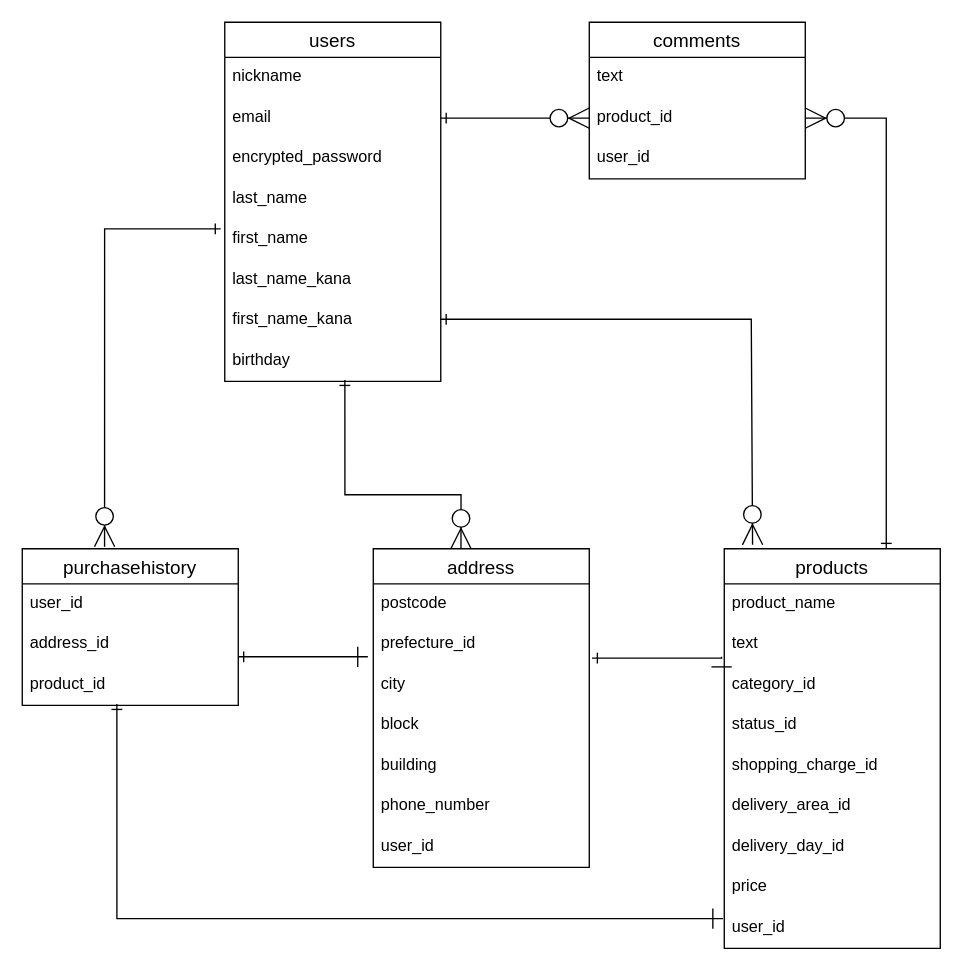
taro0712/furima-34959 keeps this draw.io diagram as furima_ER.dio. Above is the earlier version. Source tidied: cells renumbered, new cells numbered last; positions are measured from the earlier drawing's top-left corner, leaving out a move shared by most shapes. Both pictures are drawn from the tidied source at 135%, with x=0, y=0 at pixel (22, 22).
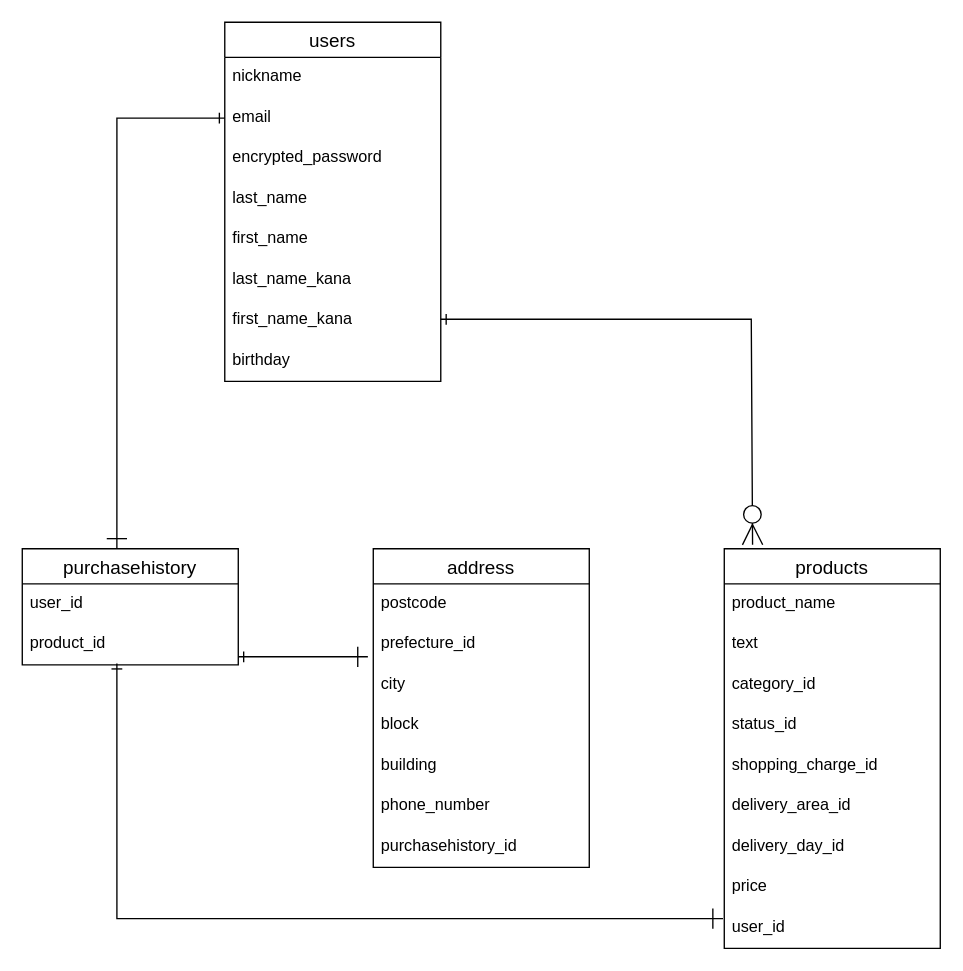
After the change.

Commit message (it also covers changes not shown here):
2回目8件の指摘修正

The change refers to these unchanged cells:
```xml
<mxCell id="6" value="products" style="swimlane;fontStyle=0;horizontal=1;startSize=26;align=center;fontSize=14;" parent="1" vertex="1">
  <mxGeometry x="520" y="390" width="160" height="296" as="geometry" />
</mxCell>
<mxCell id="24" value="email" style="text;strokeColor=none;fillColor=none;spacingLeft=4;spacingRight=4;overflow=hidden;points=[[0,0.5],[1,0.5]];portConstraint=eastwest;fontSize=12;" parent="22" vertex="1">
  <mxGeometry y="56" width="160" height="30" as="geometry" />
</mxCell>
<mxCell id="27" value="first_name" style="text;strokeColor=none;fillColor=none;spacingLeft=4;spacingRight=4;overflow=hidden;points=[[0,0.5],[1,0.5]];portConstraint=eastwest;fontSize=12;" parent="22" vertex="1">
  <mxGeometry y="146" width="160" height="30" as="geometry" />
</mxCell>
<mxCell id="30" value="birthday" style="text;strokeColor=none;fillColor=none;spacingLeft=4;spacingRight=4;overflow=hidden;points=[[0,0.5],[1,0.5]];portConstraint=eastwest;fontSize=12;" parent="22" vertex="1">
  <mxGeometry y="236" width="160" height="30" as="geometry" />
</mxCell>
<mxCell id="31" value="address" style="swimlane;fontStyle=0;horizontal=1;startSize=26;align=center;fontSize=14;" parent="1" vertex="1">
  <mxGeometry x="260" y="390" width="160" height="236" as="geometry" />
</mxCell>
```

Change to the diagram source:
```diff
@@
     <mxCell id="2" value="purchasehistory" style="swimlane;fontStyle=0;horizontal=1;startSize=26;align=center;fontSize=14;" parent="1" vertex="1">
-      <mxGeometry y="390" width="160" height="116" as="geometry" />
+      <mxGeometry y="390" width="160" height="86" as="geometry" />
     </mxCell>
@@
-    <mxCell id="4" value="address_id" style="text;strokeColor=none;fillColor=none;spacingLeft=4;spacingRight=4;overflow=hidden;fontSize=12;" parent="2" vertex="1">
-      <mxGeometry y="56" width="160" height="30" as="geometry" />
-    </mxCell>
     <mxCell id="5" value="product_id" style="text;strokeColor=none;fillColor=none;spacingLeft=4;spacingRight=4;overflow=hidden;points=[[0,0.5],[1,0.5]];portConstraint=eastwest;fontSize=12;" parent="2" vertex="1">
-      <mxGeometry y="86" width="160" height="30" as="geometry" />
+      <mxGeometry y="56" width="160" height="30" as="geometry" />
     </mxCell>
@@
-    <mxCell id="16" value="comments" style="swimlane;fontStyle=0;horizontal=1;startSize=26;align=center;fontSize=14;" parent="1" vertex="1">
-      <mxGeometry x="420" width="160" height="116" as="geometry" />
-    </mxCell>
-    <mxCell id="17" value="text" style="text;strokeColor=none;fillColor=none;spacingLeft=4;spacingRight=4;overflow=hidden;fontSize=12;" parent="16" vertex="1">
-      <mxGeometry y="26" width="160" height="30" as="geometry" />
-    </mxCell>
-    <mxCell id="18" value="product_id" style="text;strokeColor=none;fillColor=none;spacingLeft=4;spacingRight=4;overflow=hidden;points=[[0,0.5],[1,0.5]];portConstraint=eastwest;fontSize=12;" parent="16" vertex="1">
-      <mxGeometry y="56" width="160" height="30" as="geometry" />
-    </mxCell>
-    <mxCell id="19" value="user_id" style="text;strokeColor=none;fillColor=none;spacingLeft=4;spacingRight=4;overflow=hidden;fontSize=12;" parent="16" vertex="1">
-      <mxGeometry y="86" width="160" height="30" as="geometry" />
-    </mxCell>
-    <mxCell id="20" style="edgeStyle=segmentEdgeStyle;endArrow=ERzeroToMany;html=1;startSize=6;endSize=13;exitX=-0.019;exitY=0.233;exitDx=0;exitDy=0;entryX=0.381;entryY=-0.013;entryDx=0;entryDy=0;entryPerimeter=0;rounded=0;endFill=1;startArrow=ERone;startFill=0;exitPerimeter=0;" parent="1" edge="1" source="27" target="2">
-      <mxGeometry relative="1" as="geometry" />
-    </mxCell>
@@
-    <mxCell id="38" value="user_id" style="text;strokeColor=none;fillColor=none;spacingLeft=4;spacingRight=4;overflow=hidden;fontSize=12;" parent="31" vertex="1">
+    <mxCell id="38" value="purchasehistory_id" style="text;strokeColor=none;fillColor=none;spacingLeft=4;spacingRight=4;overflow=hidden;fontSize=12;" parent="31" vertex="1">
       <mxGeometry y="206" width="160" height="30" as="geometry" />
     </mxCell>
-    <mxCell id="39" style="edgeStyle=segmentEdgeStyle;endArrow=ERzeroToMany;html=1;startSize=6;endSize=13;exitX=1;exitY=0.5;exitDx=0;exitDy=0;entryX=0;entryY=0.5;entryDx=0;entryDy=0;rounded=0;endFill=1;startArrow=ERone;startFill=0;" parent="1" edge="1" source="24" target="18">
-      <mxGeometry relative="1" as="geometry" />
-    </mxCell>
-    <mxCell id="40" style="edgeStyle=segmentEdgeStyle;endArrow=ERzeroToMany;html=1;startSize=6;endSize=13;exitX=0.556;exitY=0.967;exitDx=0;exitDy=0;rounded=0;endFill=1;startArrow=ERone;startFill=0;exitPerimeter=0;entryX=0.406;entryY=0;entryDx=0;entryDy=0;entryPerimeter=0;" parent="1" edge="1" source="30" target="31">
-      <mxGeometry relative="1" as="geometry">
-        <Array as="points">
-          <mxPoint x="239" y="350" />
-          <mxPoint x="325" y="350" />
-        </Array>
-      </mxGeometry>
-    </mxCell>
@@
-    <mxCell id="42" style="edgeStyle=segmentEdgeStyle;endArrow=ERzeroToMany;html=1;startSize=6;endSize=13;rounded=0;endFill=1;startArrow=ERone;startFill=0;entryX=1;entryY=0.5;entryDx=0;entryDy=0;exitX=0.75;exitY=0;exitDx=0;exitDy=0;" parent="1" edge="1" source="6" target="18">
-      <mxGeometry relative="1" as="geometry">
-        <Array as="points">
-          <mxPoint x="640" y="71" />
-        </Array>
-      </mxGeometry>
-    </mxCell>
-    <mxCell id="43" style="edgeStyle=segmentEdgeStyle;endArrow=ERone;html=1;startSize=6;endSize=13;exitX=1;exitY=-0.067;exitDx=0;exitDy=0;rounded=0;endFill=0;startArrow=ERone;startFill=0;exitPerimeter=0;entryX=-0.025;entryY=0.767;entryDx=0;entryDy=0;entryPerimeter=0;" parent="1" edge="1">
-      <mxGeometry relative="1" as="geometry">
-        <mxPoint x="422" y="471" as="sourcePoint" />
-        <mxPoint x="518" y="470" as="targetPoint" />
-      </mxGeometry>
-    </mxCell>
@@
+    <mxCell id="45" style="edgeStyle=segmentEdgeStyle;endArrow=ERone;html=1;startSize=6;endSize=13;exitX=0;exitY=0.5;exitDx=0;exitDy=0;entryX=0.438;entryY=0;entryDx=0;entryDy=0;rounded=0;endFill=0;startArrow=ERone;startFill=0;entryPerimeter=0;" parent="1" edge="1" source="24" target="2">
+      <mxGeometry relative="1" as="geometry" />
+    </mxCell>
```
